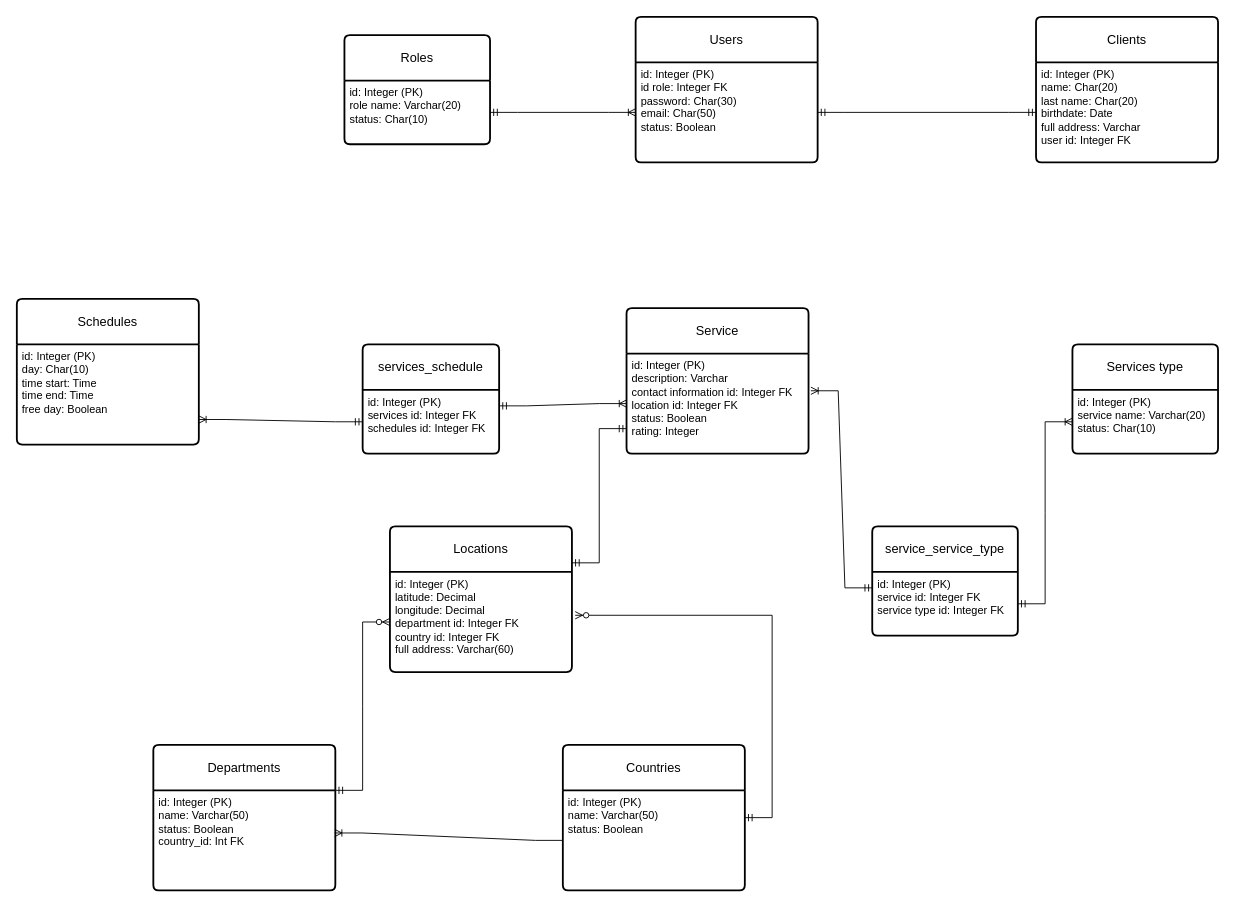
The draw.io diagram caminoDiagrams/Diagrama fisico.drawio in DrDaxter/diagrams, before the edit. Source tidied: cells renumbered, new cells numbered last; positions are measured from the earlier drawing's top-left corner, leaving out a move shared by most shapes. Both pictures are drawn from the tidied source at 91%, with x=0, y=0 at pixel (16, 16).
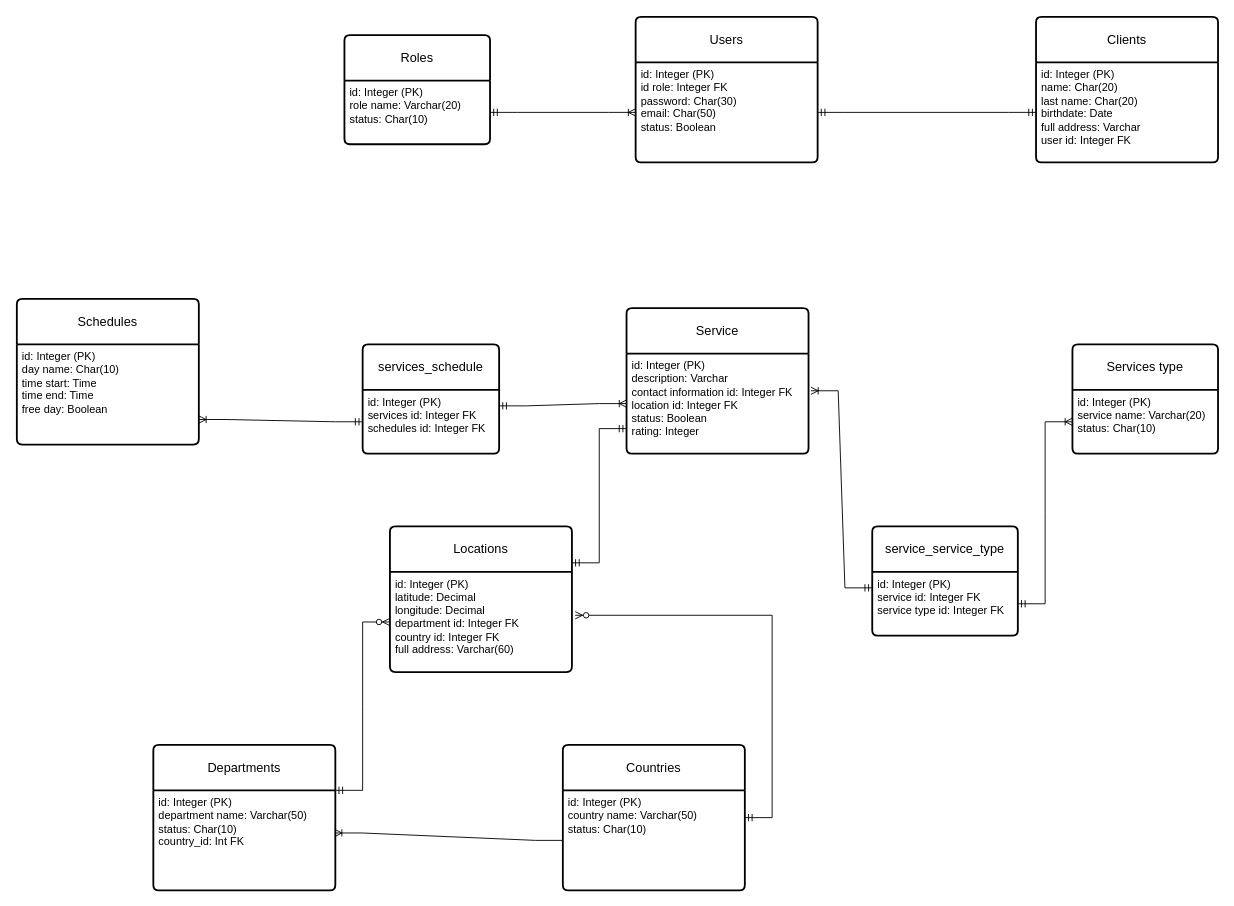
The same diagram, later.

Unchanged cells that the change refers to:
```xml
<mxCell id="4" value="Schedules" style="swimlane;horizontal=1;startSize=50;rounded=1;fontSize=14;fontStyle=0;strokeWidth=2;shadow=0;dashed=0;align=center;arcSize=4;whiteSpace=wrap;html=1;" parent="1" vertex="1">
  <mxGeometry y="310" width="200" height="160" as="geometry" />
</mxCell>
<mxCell id="19" value="Departments" style="swimlane;horizontal=1;startSize=50;rounded=1;fontSize=14;fontStyle=0;strokeWidth=2;shadow=0;dashed=0;align=center;arcSize=4;whiteSpace=wrap;html=1;" parent="1" vertex="1">
  <mxGeometry x="150" y="800" width="200" height="160" as="geometry" />
</mxCell>
<mxCell id="22" value="Countries" style="swimlane;horizontal=1;startSize=50;rounded=1;fontSize=14;fontStyle=0;strokeWidth=2;shadow=0;dashed=0;align=center;arcSize=4;whiteSpace=wrap;html=1;" parent="1" vertex="1">
  <mxGeometry x="600" y="800" width="200" height="160" as="geometry" />
</mxCell>
```

The edit, as a diff of the source:
```diff
@@
-    <mxCell id="5" value="id: Integer (PK)&lt;br&gt;day: Char(10)&lt;br&gt;time start: Time&lt;br&gt;time end: Time&lt;br&gt;free day: Boolean" style="align=left;strokeColor=none;fillColor=none;spacingLeft=4;fontSize=12;verticalAlign=top;html=1;" parent="4" vertex="1">
+    <mxCell id="5" value="id: Integer (PK)&lt;br&gt;day name: Char(10)&lt;br&gt;time start: Time&lt;br&gt;time end: Time&lt;br&gt;free day: Boolean" style="align=left;strokeColor=none;fillColor=none;spacingLeft=4;fontSize=12;verticalAlign=top;html=1;" parent="4" vertex="1">
       <mxGeometry y="50" width="200" height="110" as="geometry" />
     </mxCell>
@@
-    <mxCell id="20" value="id: Integer (PK)&lt;br&gt;name: Varchar(50)&lt;br&gt;status: Boolean&lt;br&gt;country_id: Int FK" style="align=left;strokeColor=none;fillColor=none;spacingLeft=4;fontSize=12;verticalAlign=top;html=1;" parent="19" vertex="1">
+    <mxCell id="20" value="id: Integer (PK)&lt;br&gt;department name: Varchar(50)&lt;br&gt;status: Char(10)&lt;br&gt;country_id: Int FK" style="align=left;strokeColor=none;fillColor=none;spacingLeft=4;fontSize=12;verticalAlign=top;html=1;" parent="19" vertex="1">
       <mxGeometry y="50" width="200" height="110" as="geometry" />
     </mxCell>
@@
-    <mxCell id="23" value="id: Integer (PK)&lt;br&gt;name: Varchar(50)&lt;br&gt;status: Boolean" style="align=left;strokeColor=none;fillColor=none;spacingLeft=4;fontSize=12;verticalAlign=top;html=1;" parent="22" vertex="1">
+    <mxCell id="23" value="id: Integer (PK)&lt;br&gt;country name: Varchar(50)&lt;br&gt;status: Char(10)" style="align=left;strokeColor=none;fillColor=none;spacingLeft=4;fontSize=12;verticalAlign=top;html=1;" parent="22" vertex="1">
       <mxGeometry y="50" width="200" height="110" as="geometry" />
     </mxCell>
```
